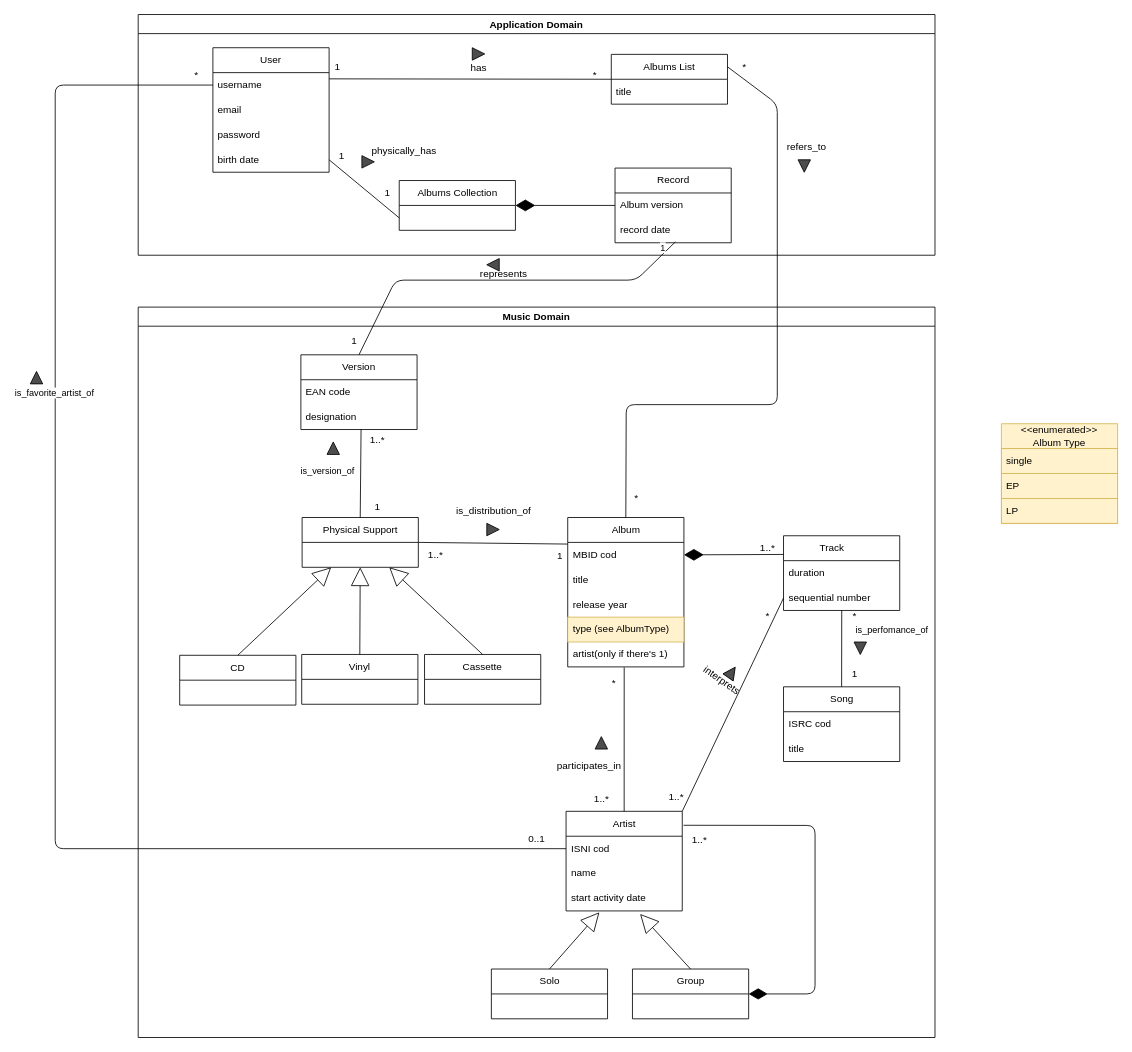
The draw.io diagram domain-model.drawio in Lana-Melo/MyDiscoteca, before the edit. Source tidied: cells renumbered, new cells numbered last; positions are measured from the earlier drawing's top-left corner, leaving out a move shared by most shapes. Both pictures are drawn from the tidied source at 83%, with x=0, y=0 at pixel (30, 14).
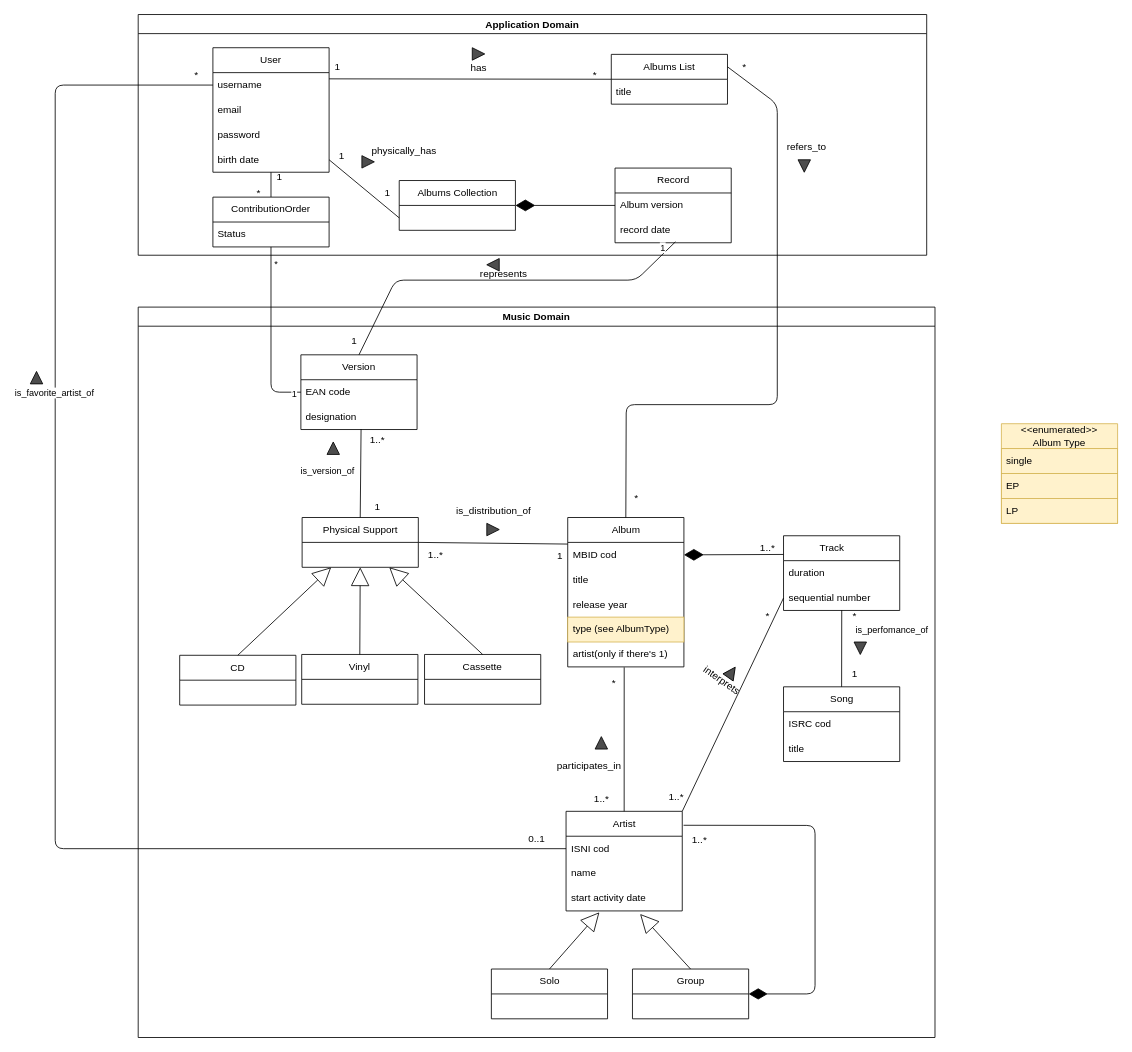
After the change.

Commit message:
Domain model - adding user contribution order

Unchanged cells that the change refers to:
```xml
<mxCell id="40" value="EAN code" style="text;strokeColor=none;fillColor=none;align=left;verticalAlign=middle;spacingLeft=4;spacingRight=4;overflow=hidden;points=[[0,0.5],[1,0.5]];portConstraint=eastwest;whiteSpace=wrap;html=1;" parent="39" vertex="1">
  <mxGeometry y="30" width="140" height="30" as="geometry" />
</mxCell>
<mxCell id="65" value="User" style="swimlane;fontStyle=0;horizontal=1;startSize=30;whiteSpace=wrap;html=1;" parent="63" vertex="1">
  <mxGeometry x="90" y="40" width="140" height="150" as="geometry" />
</mxCell>
```

What changed in the source:
```diff
@@
     <mxCell id="63" value="Application Domain" style="swimlane;" parent="1" vertex="1">
-      <mxGeometry x="130" width="960" height="290" as="geometry" />
+      <mxGeometry x="130" width="950" height="290" as="geometry" />
     </mxCell>
@@
+    <mxCell id="104" style="edgeStyle=none;html=1;endArrow=none;endFill=0;" parent="63" edge="1" source="65" target="105">
+      <mxGeometry relative="1" as="geometry" />
+    </mxCell>
@@
+    <mxCell id="105" value="ContributionOrder" style="swimlane;fontStyle=0;horizontal=1;startSize=30;whiteSpace=wrap;html=1;" parent="63" vertex="1">
+      <mxGeometry x="90" y="220" width="140" height="60" as="geometry" />
+    </mxCell>
+    <mxCell id="106" value="Status" style="text;strokeColor=none;fillColor=none;align=left;verticalAlign=middle;spacingLeft=4;spacingRight=4;overflow=hidden;whiteSpace=wrap;html=1;" parent="105" vertex="1">
+      <mxGeometry y="30" width="140" height="30" as="geometry" />
+    </mxCell>
+    <mxCell id="107" value="*" style="text;html=1;align=center;verticalAlign=middle;strokeColor=none;fillColor=none;" parent="63" vertex="1">
+      <mxGeometry x="130" y="200" width="30" height="30" as="geometry" />
+    </mxCell>
@@
+    <mxCell id="108" style="edgeStyle=none;html=1;entryX=0;entryY=0.5;entryDx=0;entryDy=0;endArrow=none;endFill=0;" parent="1" edge="1" source="105" target="40">
+      <mxGeometry relative="1" as="geometry">
+        <Array as="points">
+          <mxPoint x="290" y="455" />
+        </Array>
+      </mxGeometry>
+    </mxCell>
+    <mxCell id="109" value="*" style="edgeLabel;html=1;align=center;verticalAlign=middle;" parent="108" vertex="1">
+      <mxGeometry x="-0.81" y="5" relative="1" as="geometry" />
+    </mxCell>
+    <mxCell id="110" value="1" style="edgeLabel;html=1;align=center;verticalAlign=middle;" parent="108" vertex="1">
+      <mxGeometry x="0.91" y="-1" relative="1" as="geometry" />
+    </mxCell>
+    <mxCell id="111" value="1" style="text;html=1;align=center;verticalAlign=middle;strokeColor=none;fillColor=none;" parent="1" vertex="1">
+      <mxGeometry x="285" y="181" width="30" height="30" as="geometry" />
+    </mxCell>
```
